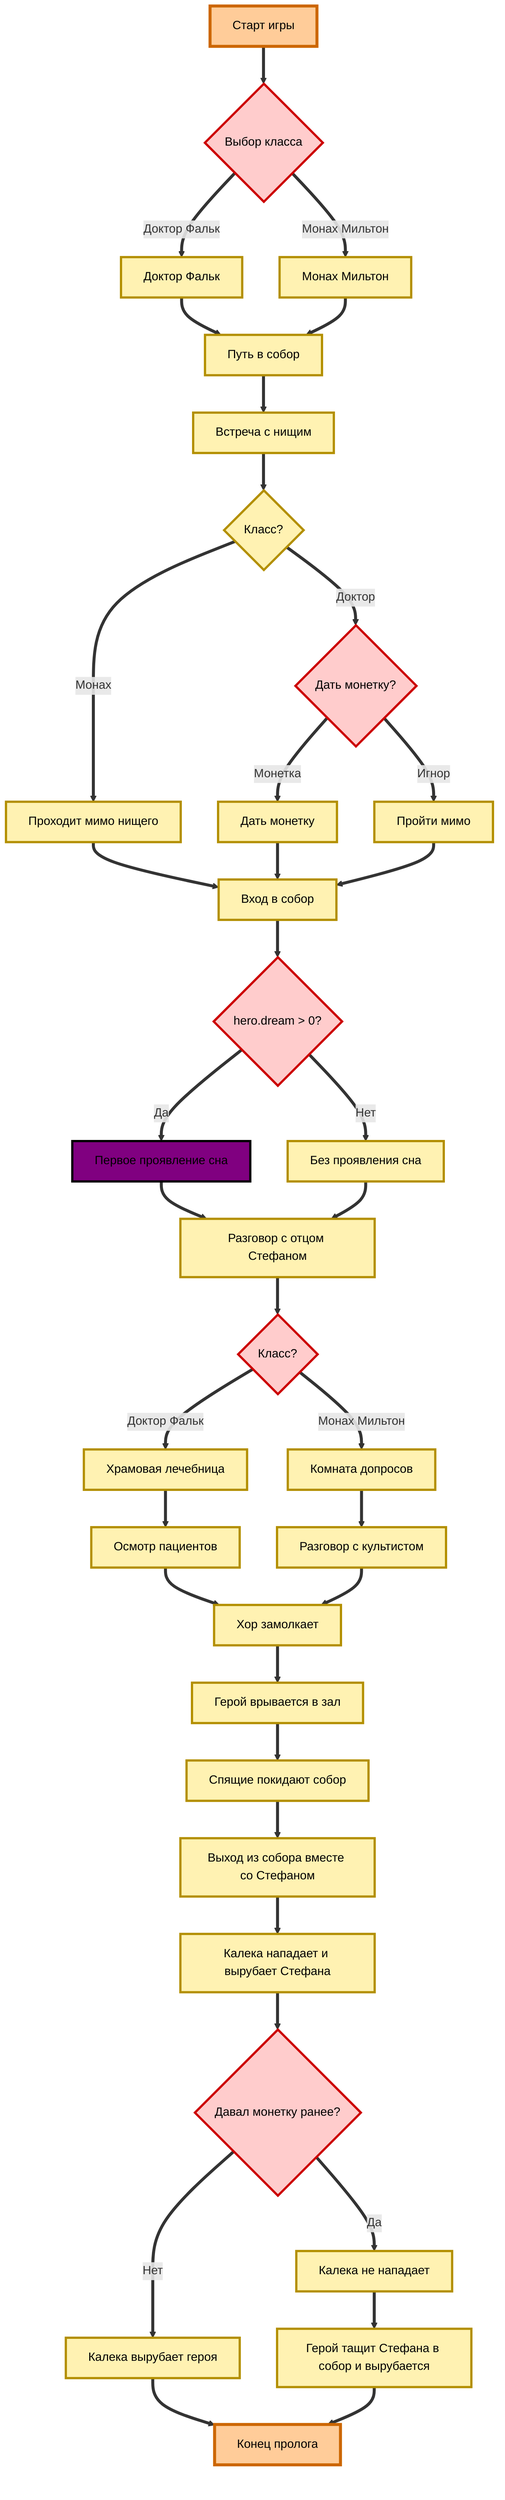
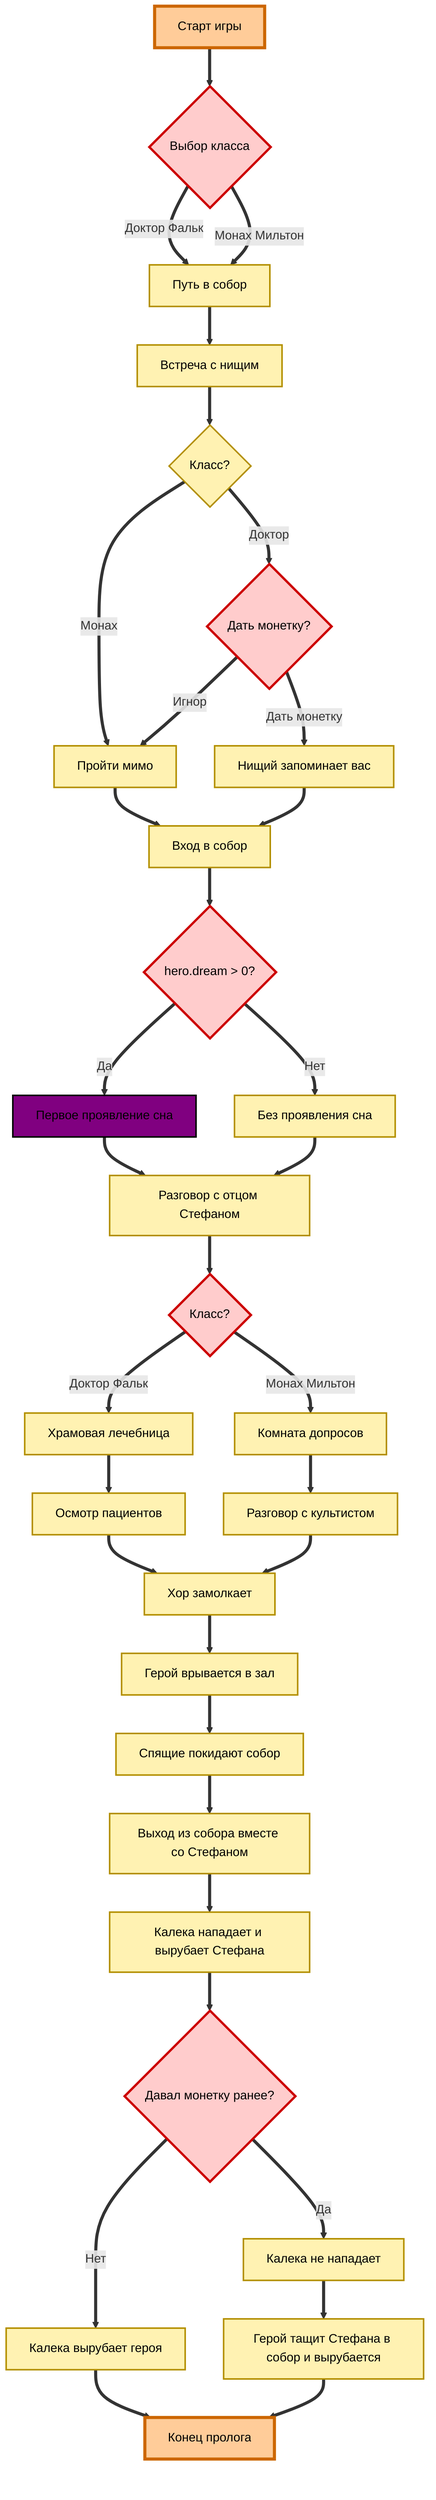
flowchart TD

START[Старт игры] --> B{Выбор класса}

- B -->|Доктор Фальк| C1[Доктор Фальк]
- B -->|Монах Мильтон| C2[Монах Мильтон]
+ B -->|Доктор Фальк| D
+ B -->|Монах Мильтон| D

- C1 --> D[Путь в собор]
- C2 --> D
- 
+ D[Путь в собор]
D --> E[Встреча с нищим]

E --> F{Класс?}

- F -->|Монах| G1[Проходит мимо нищего]
+ F -->|Монах| G1[Пройти мимо]
F -->|Доктор| H{Дать монетку?}

- H -->|Монетка| G2[Дать монетку]
- H -->|Игнор| G3[Пройти мимо]
+ H -->|Дать монетку| G2[Нищий запоминает вас]
+ H -->|Игнор| G1[Пройти мимо]

G1 --> I[Вход в собор]
G2 --> I
- G3 --> I

I --> J{hero.dream > 0?}

J -->|Да| K[Первое проявление сна]
J -->|Нет| L[Без проявления сна]

K --> M[Разговор с отцом Стефаном]
L --> M

M --> N{Класс?}

N -->|Доктор Фальк| O[Храмовая лечебница]
N -->|Монах Мильтон| P[Комната допросов]

O --> O1[Осмотр пациентов]
P --> P1[Разговор с культистом]

O1 --> Q[Хор замолкает]
P1 --> Q

Q --> R[Герой врывается в зал]

R --> S[Спящие покидают собор]

S --> T[Выход из собора вместе со Стефаном]

T --> U[Калека нападает и вырубает Стефана]

U --> V{Давал монетку ранее?}

V -->|Да| W1[Калека не нападает]
V -->|Нет| W2[Калека вырубает героя]

W1 --> Y[Герой тащит Стефана в собор и вырубается]
W2 --> END[Конец пролога]
Y --> END[Конец пролога]

class START,END act
class B,F,H,J,N,V condition
class C,C1,C2,D,E,F,G1,G2,G3,I,L,M,O,O1,P,P1,Q,R,S,T,U,W1,Y,W2 neutral
class K dream

classDef act fill:#ffcc99,stroke:#cc6600,stroke-width:4px,color:#000
classDef condition fill:#ffcccc,stroke:#cc0000,stroke-width:3px,color:#000
- classDef neutral fill:#fff2b2,stroke:#b38f00,stroke-width:3px,color:#000
- classDef dream fill:#800080,stroke:#000,stroke-width:3px,color:#000
+ classDef neutral fill:#fff2b2,stroke:#b38f00,stroke-width:2px,color:#000
+ classDef dream fill:#800080,stroke:#000,stroke-width:2px,color:#000

linkStyle default stroke-width:4px